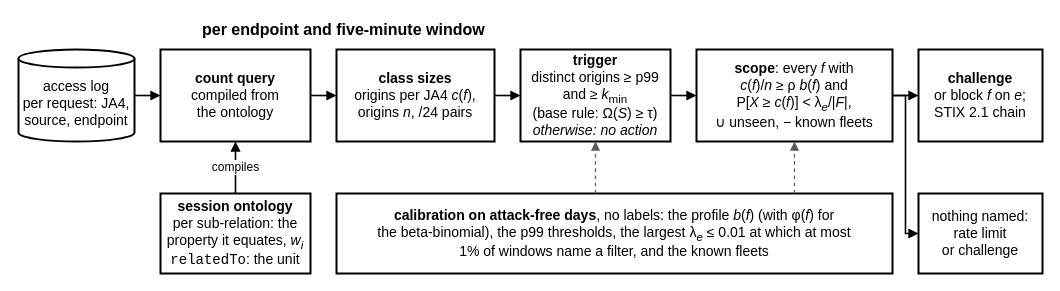
Natanael0liveira/knowledge-graph-ddos-article keeps this draw.io diagram as papers/http-session-noms/figures/src-drawio/fig1_scoping.drawio. Above is the earlier version. Source tidied: cells renumbered, new cells numbered last; positions are measured from the earlier drawing's top-left corner, leaving out a move shared by most shapes. Both pictures are drawn from the tidied source at 100%, with x=0, y=0 at pixel (18, 17).
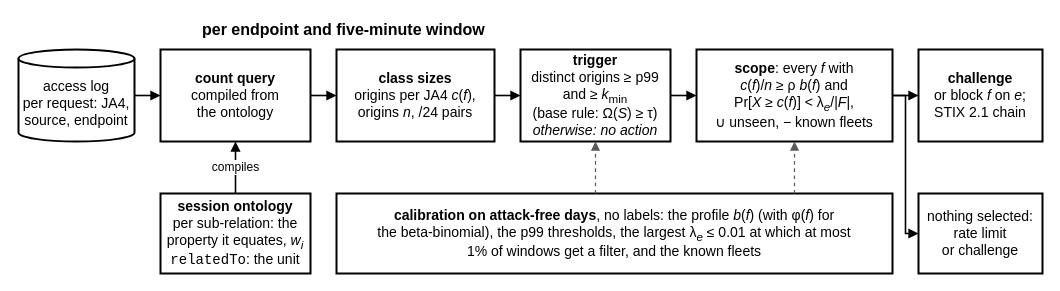
Above is the later version.

The edit, as a diff of the source:
```diff
@@
-    <mxCell id="7" value="&lt;b&gt;scope&lt;/b&gt;: every &lt;i&gt;f&lt;/i&gt; with&lt;br&gt;&lt;i&gt;c&lt;/i&gt;(&lt;i&gt;f&lt;/i&gt;)/&lt;i&gt;n&lt;/i&gt; &amp;ge; &amp;rho; &lt;i&gt;b&lt;/i&gt;(&lt;i&gt;f&lt;/i&gt;) and&lt;br&gt;P[&lt;i&gt;X&lt;/i&gt; &amp;ge; &lt;i&gt;c&lt;/i&gt;(&lt;i&gt;f&lt;/i&gt;)] &amp;lt; &amp;lambda;&lt;sub&gt;&lt;i&gt;e&lt;/i&gt;&lt;/sub&gt;/|&lt;i&gt;F&lt;/i&gt;|,&lt;br&gt;&amp;cup; unseen, &amp;minus; known fleets" style="rounded=0;whiteSpace=wrap;html=1;fillColor=none;strokeColor=#000000;strokeWidth=2;fontFamily=Helvetica;fontSize=14;spacing=3;" parent="1" vertex="1">
+    <mxCell id="7" value="&lt;b&gt;scope&lt;/b&gt;: every &lt;i&gt;f&lt;/i&gt; with&lt;br&gt;&lt;i&gt;c&lt;/i&gt;(&lt;i&gt;f&lt;/i&gt;)/&lt;i&gt;n&lt;/i&gt; &amp;ge; &amp;rho; &lt;i&gt;b&lt;/i&gt;(&lt;i&gt;f&lt;/i&gt;) and&lt;br&gt;Pr[&lt;i&gt;X&lt;/i&gt; &amp;ge; &lt;i&gt;c&lt;/i&gt;(&lt;i&gt;f&lt;/i&gt;)] &amp;lt; &amp;lambda;&lt;sub&gt;&lt;i&gt;e&lt;/i&gt;&lt;/sub&gt;/|&lt;i&gt;F&lt;/i&gt;|,&lt;br&gt;&amp;cup; unseen, &amp;minus; known fleets" style="rounded=0;whiteSpace=wrap;html=1;fillColor=none;strokeColor=#000000;strokeWidth=2;fontFamily=Helvetica;fontSize=14;spacing=3;" parent="1" vertex="1">
       <mxGeometry x="678" y="32" width="196" height="92" as="geometry" />
     </mxCell>
@@
-    <mxCell id="10" value="&lt;b&gt;calibration on attack-free days&lt;/b&gt;, no labels: the profile &lt;i&gt;b&lt;/i&gt;(&lt;i&gt;f&lt;/i&gt;) (with &amp;phi;(&lt;i&gt;f&lt;/i&gt;) for&lt;br&gt;the beta-binomial), the p99 thresholds, the largest &amp;lambda;&lt;sub&gt;&lt;i&gt;e&lt;/i&gt;&lt;/sub&gt; &amp;le; 0.01 at which at most&lt;br&gt;1% of windows name a filter, and the known fleets" style="rounded=0;whiteSpace=wrap;html=1;fillColor=none;strokeColor=#000000;strokeWidth=2;fontFamily=Helvetica;fontSize=14;spacing=3;" parent="1" vertex="1">
+    <mxCell id="10" value="&lt;b&gt;calibration on attack-free days&lt;/b&gt;, no labels: the profile &lt;i&gt;b&lt;/i&gt;(&lt;i&gt;f&lt;/i&gt;) (with &amp;phi;(&lt;i&gt;f&lt;/i&gt;) for&lt;br&gt;the beta-binomial), the p99 thresholds, the largest &amp;lambda;&lt;sub&gt;&lt;i&gt;e&lt;/i&gt;&lt;/sub&gt; &amp;le; 0.01 at which at most&lt;br&gt;1% of windows get a filter, and the known fleets" style="rounded=0;whiteSpace=wrap;html=1;fillColor=none;strokeColor=#000000;strokeWidth=2;fontFamily=Helvetica;fontSize=14;spacing=3;" parent="1" vertex="1">
       <mxGeometry x="318" y="176" width="556" height="80" as="geometry" />
     </mxCell>
-    <mxCell id="11" value="nothing named:&lt;br&gt;rate limit&lt;br&gt;or challenge" style="rounded=0;whiteSpace=wrap;html=1;fillColor=none;strokeColor=#000000;strokeWidth=2;fontFamily=Helvetica;fontSize=14;spacing=3;" parent="1" vertex="1">
+    <mxCell id="11" value="nothing selected:&lt;br&gt;rate limit&lt;br&gt;or challenge" style="rounded=0;whiteSpace=wrap;html=1;fillColor=none;strokeColor=#000000;strokeWidth=2;fontFamily=Helvetica;fontSize=14;spacing=3;" parent="1" vertex="1">
       <mxGeometry x="900" y="176" width="124" height="80" as="geometry" />
     </mxCell>
```
